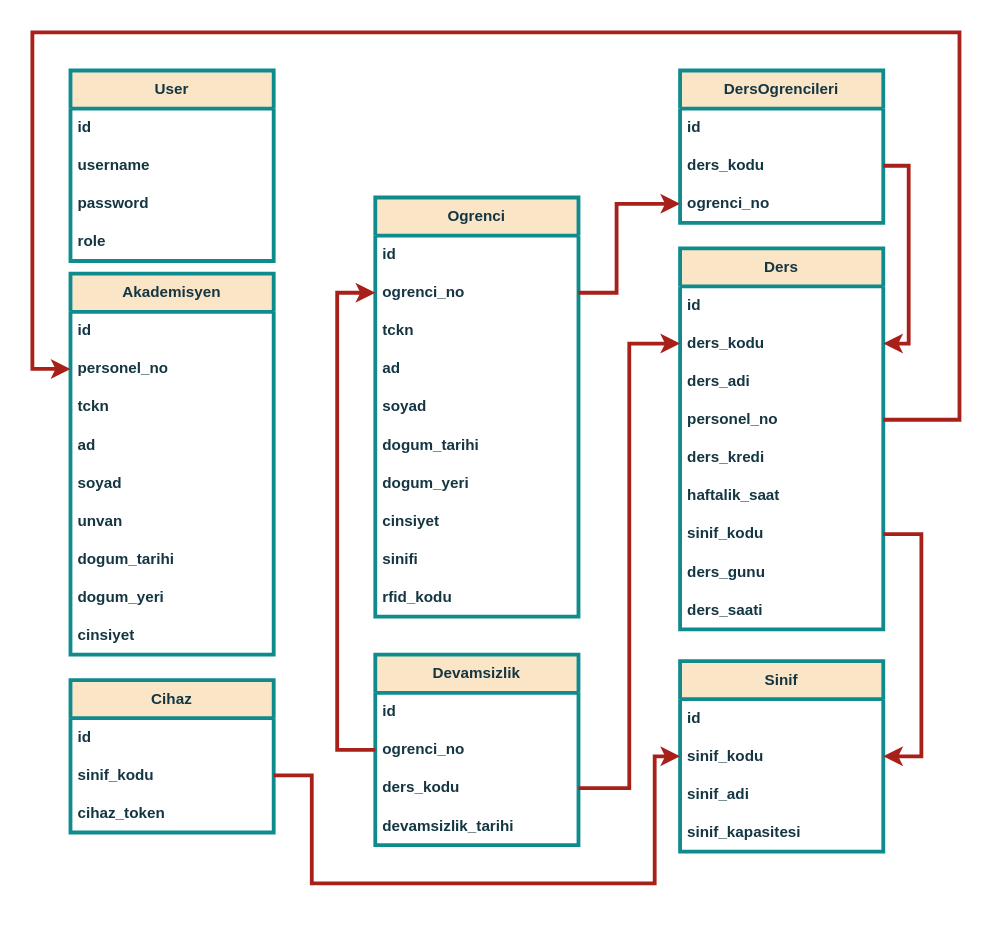
This is web/yapilanlar/2_veritabanının oluşturulması/4_tasarim/veritabani_v7.drawio from azizcanhamas/iot-web-based-electronic-attendance-system, a draw.io file, before an edit. Source tidied: cells renumbered, new cells numbered last; positions are measured from the earlier drawing's top-left corner, leaving out a move shared by most shapes. Both pictures are drawn from the tidied source at 127%, with x=0, y=0 at pixel (32, 32).
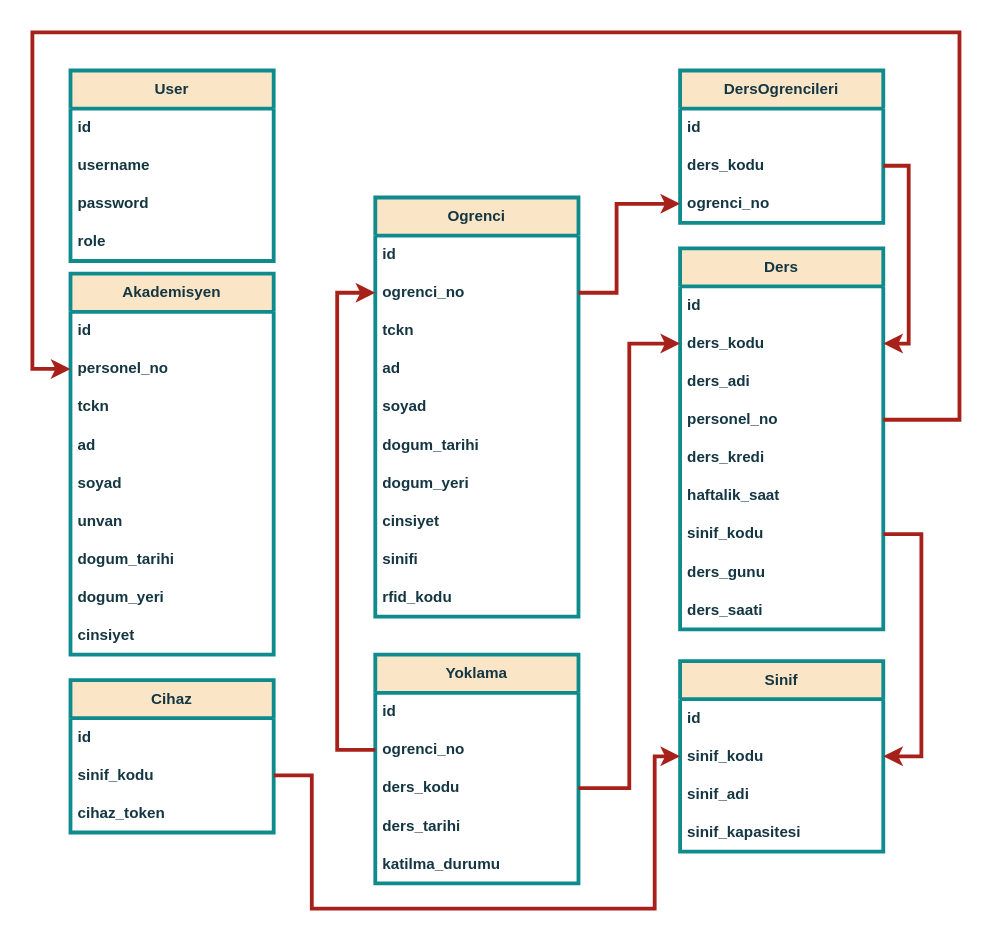
The same page after the edit.

Unchanged cells that the change refers to:
```xml
<mxCell id="40" value="sinif_kodu" style="text;align=left;verticalAlign=middle;spacingLeft=4;spacingRight=4;overflow=hidden;points=[[0,0.5],[1,0.5]];portConstraint=eastwest;whiteSpace=wrap;html=1;fontStyle=1;rounded=0;labelBackgroundColor=none;fontColor=#143642;strokeWidth=3;" parent="38" vertex="1">
  <mxGeometry y="60" width="160" height="30" as="geometry" />
</mxCell>
<mxCell id="45" value="sinif_kodu" style="text;strokeColor=none;fillColor=none;align=left;verticalAlign=middle;spacingLeft=4;spacingRight=4;overflow=hidden;points=[[0,0.5],[1,0.5]];portConstraint=eastwest;whiteSpace=wrap;html=1;fontStyle=1;rounded=0;labelBackgroundColor=none;fontColor=#143642;strokeWidth=3;" parent="43" vertex="1">
  <mxGeometry y="60" width="160" height="30" as="geometry" />
</mxCell>
```

Diff of the diagram source:
```diff
@@
-    <mxCell id="33" value="Devamsizlik" style="swimlane;fontStyle=1;horizontal=1;startSize=30;whiteSpace=wrap;html=1;fillColor=#FAE5C7;fontColor=#143642;strokeColor=#0F8B8D;rounded=0;labelBackgroundColor=none;strokeWidth=3;" parent="1" vertex="1">
-      <mxGeometry x="270" y="490" width="160" height="150" as="geometry" />
+    <mxCell id="33" value="Yoklama" style="swimlane;fontStyle=1;horizontal=1;startSize=30;whiteSpace=wrap;html=1;fillColor=#FAE5C7;fontColor=#143642;strokeColor=#0F8B8D;rounded=0;labelBackgroundColor=none;strokeWidth=3;" parent="1" vertex="1">
+      <mxGeometry x="270" y="490" width="160" height="180" as="geometry" />
     </mxCell>
@@
-    <mxCell id="37" value="devamsizlik_tarihi" style="text;strokeColor=none;fillColor=none;align=left;verticalAlign=middle;spacingLeft=4;spacingRight=4;overflow=hidden;whiteSpace=wrap;html=1;fontStyle=1;rounded=0;labelBackgroundColor=none;fontColor=#143642;strokeWidth=3;" parent="33" vertex="1">
+    <mxCell id="37" value="ders_tarihi" style="text;strokeColor=none;fillColor=none;align=left;verticalAlign=middle;spacingLeft=4;spacingRight=4;overflow=hidden;whiteSpace=wrap;html=1;fontStyle=1;rounded=0;labelBackgroundColor=none;fontColor=#143642;strokeWidth=3;" parent="33" vertex="1">
       <mxGeometry y="120" width="160" height="30" as="geometry" />
     </mxCell>
+    <mxCell id="63" value="katilma_durumu" style="text;strokeColor=none;fillColor=none;align=left;verticalAlign=middle;spacingLeft=4;spacingRight=4;overflow=hidden;whiteSpace=wrap;html=1;fontStyle=1;rounded=0;labelBackgroundColor=none;fontColor=#143642;strokeWidth=3;" parent="33" vertex="1">
+      <mxGeometry y="150" width="160" height="30" as="geometry" />
+    </mxCell>
@@
     <mxCell id="51" style="edgeStyle=orthogonalEdgeStyle;rounded=0;jettySize=auto;html=1;entryX=0;entryY=0.5;entryDx=0;entryDy=0;fontStyle=1;labelBackgroundColor=none;strokeColor=#A8201A;fontColor=default;strokeWidth=3;exitX=1;exitY=0.5;exitDx=0;exitDy=0;" parent="1" edge="1" source="45" target="40">
       <mxGeometry relative="1" as="geometry">
         <Array as="points">
           <mxPoint x="220" y="585" />
-          <mxPoint x="220" y="670" />
-          <mxPoint x="490" y="670" />
+          <mxPoint x="220" y="690" />
+          <mxPoint x="490" y="690" />
           <mxPoint x="490" y="570" />
         </Array>
       </mxGeometry>
     </mxCell>
```
